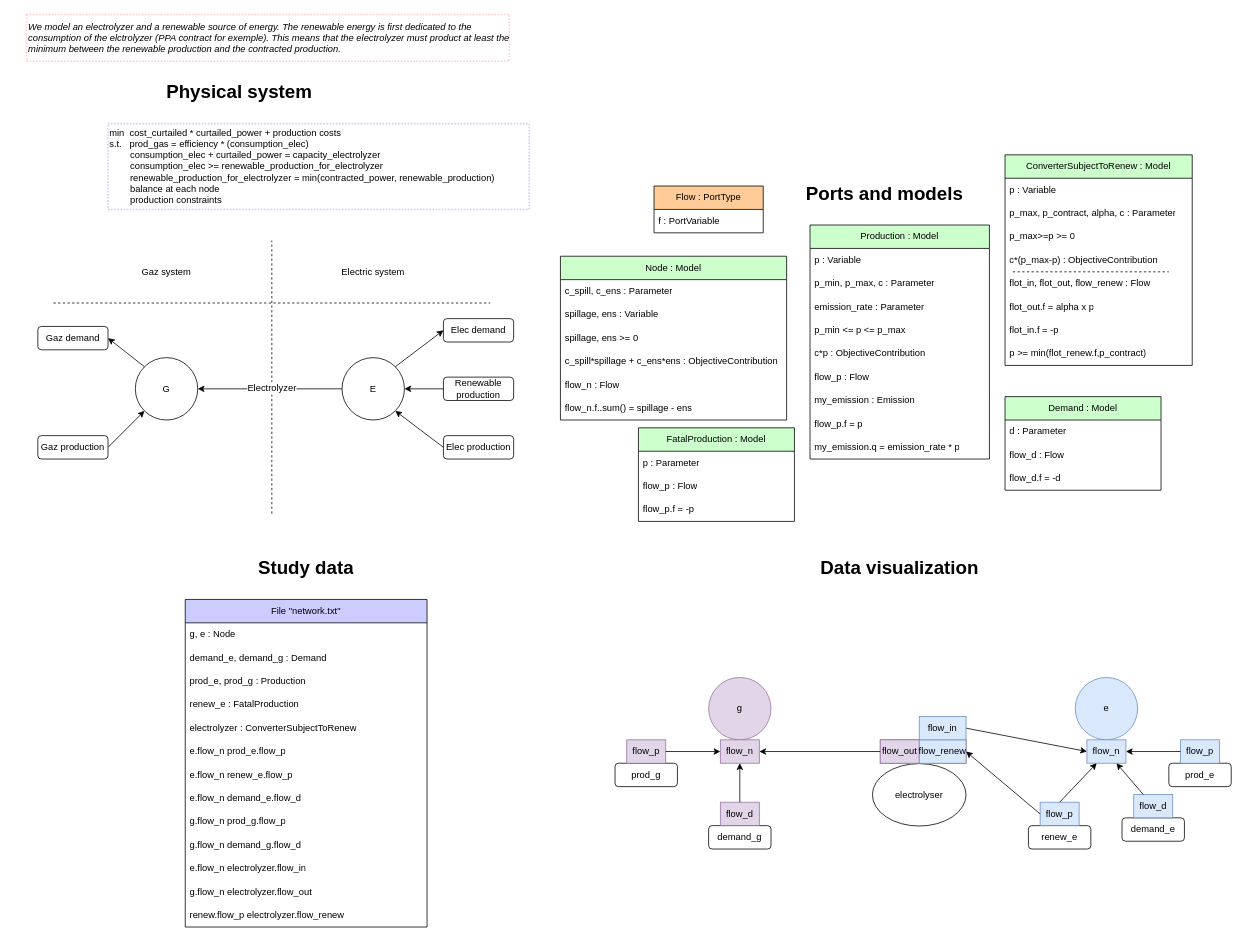
Above: page "systems_linked_by_electrolyzer" (3 of 3) of models-design/systems/electrolyzer_subject_to_renawable.drawio in AntaresSimulatorTeam/andromede-modeling-prototype (draw.io), before the change. Source tidied: cells renumbered, new cells numbered last; positions are measured from the earlier drawing's top-left corner, leaving out a move shared by most shapes. Both pictures are drawn from the tidied source at 78%, with x=0, y=0 at pixel (13, 14).
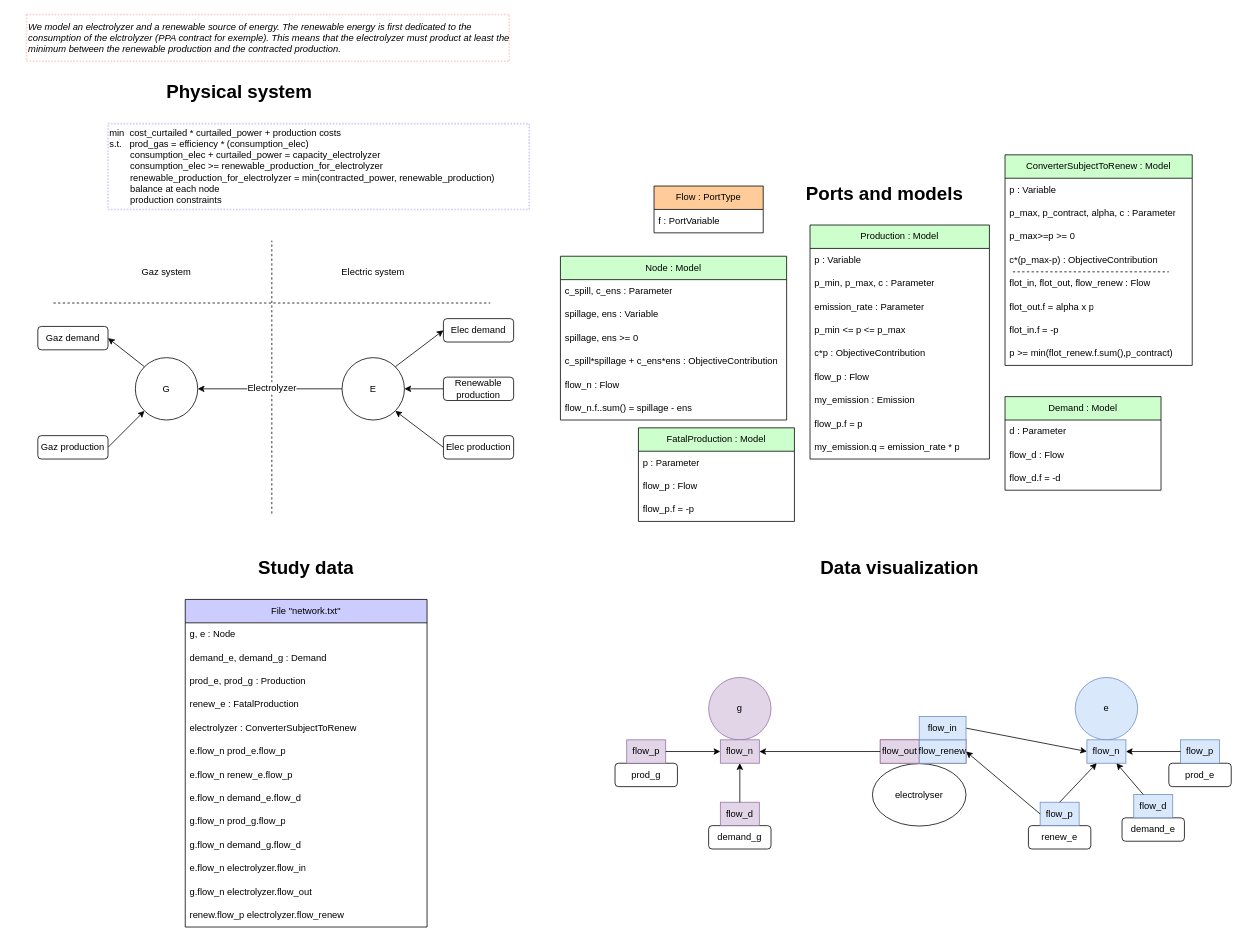
The same diagram, later.

Unchanged cells that the change refers to:
```xml
<mxCell id="24" value="&lt;font color=&quot;#000000&quot;&gt;ConverterSubjectToRenew : Model&lt;/font&gt;" style="swimlane;fontStyle=0;horizontal=1;startSize=30;whiteSpace=wrap;html=1;fillColor=#CCFFCC;" parent="20" vertex="1">
  <mxGeometry x="490" y="-30" width="240" height="270" as="geometry" />
</mxCell>
```

What changed in the source:
```diff
@@
-    <mxCell id="33" value="p &amp;gt;= min(flot_renew.f,p_contract)" style="text;strokeColor=none;fillColor=none;align=left;verticalAlign=middle;spacingLeft=4;spacingRight=4;overflow=hidden;whiteSpace=wrap;html=1;" parent="24" vertex="1">
+    <mxCell id="33" value="p &amp;gt;= min(flot_renew.f.sum(),p_contract)" style="text;strokeColor=none;fillColor=none;align=left;verticalAlign=middle;spacingLeft=4;spacingRight=4;overflow=hidden;whiteSpace=wrap;html=1;" parent="24" vertex="1">
       <mxGeometry y="240" width="240" height="30" as="geometry" />
     </mxCell>
```
